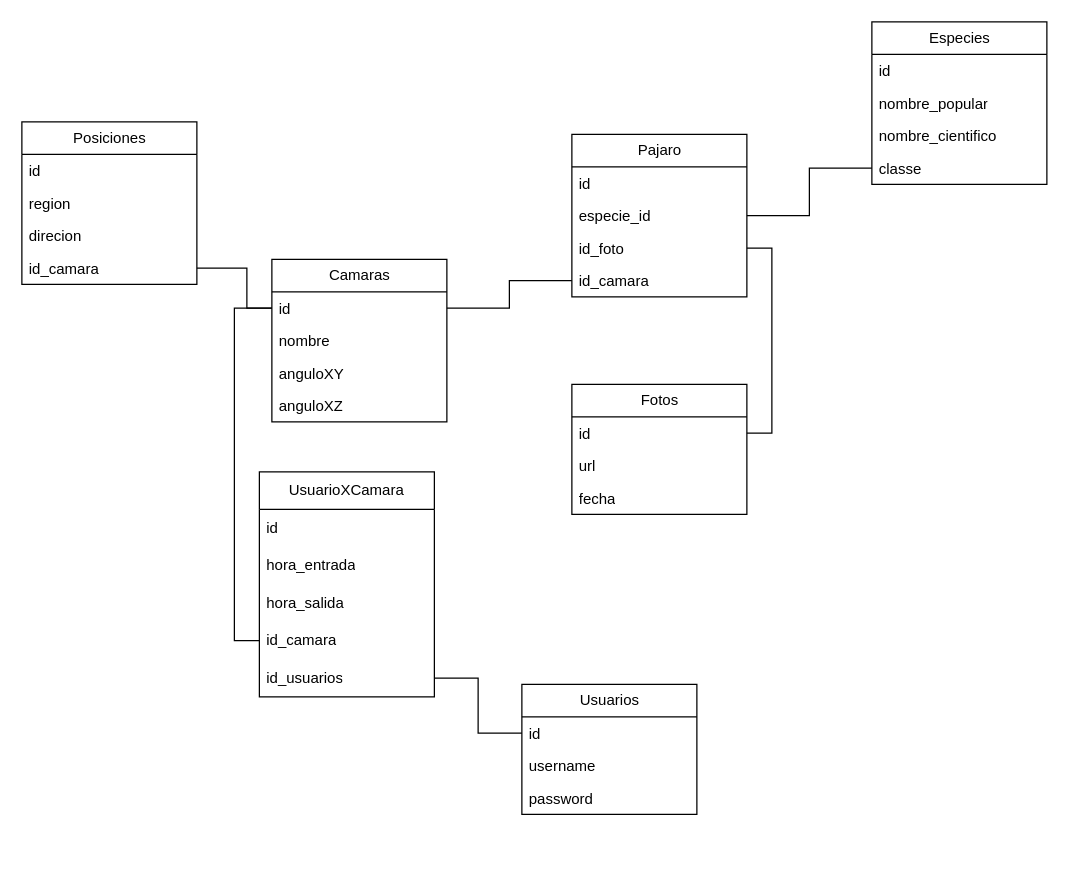
The draw.io diagram page "DataBase" (3 of 4) of Docs/BirdsDiagram.drawio in Eduardo37830/hackthon2026, before the edit. Source tidied: cells renumbered, new cells numbered last; positions are measured from the earlier drawing's top-left corner, leaving out a move shared by most shapes. Both pictures are drawn from the tidied source at 125%, with x=0, y=0 at pixel (21, 21).
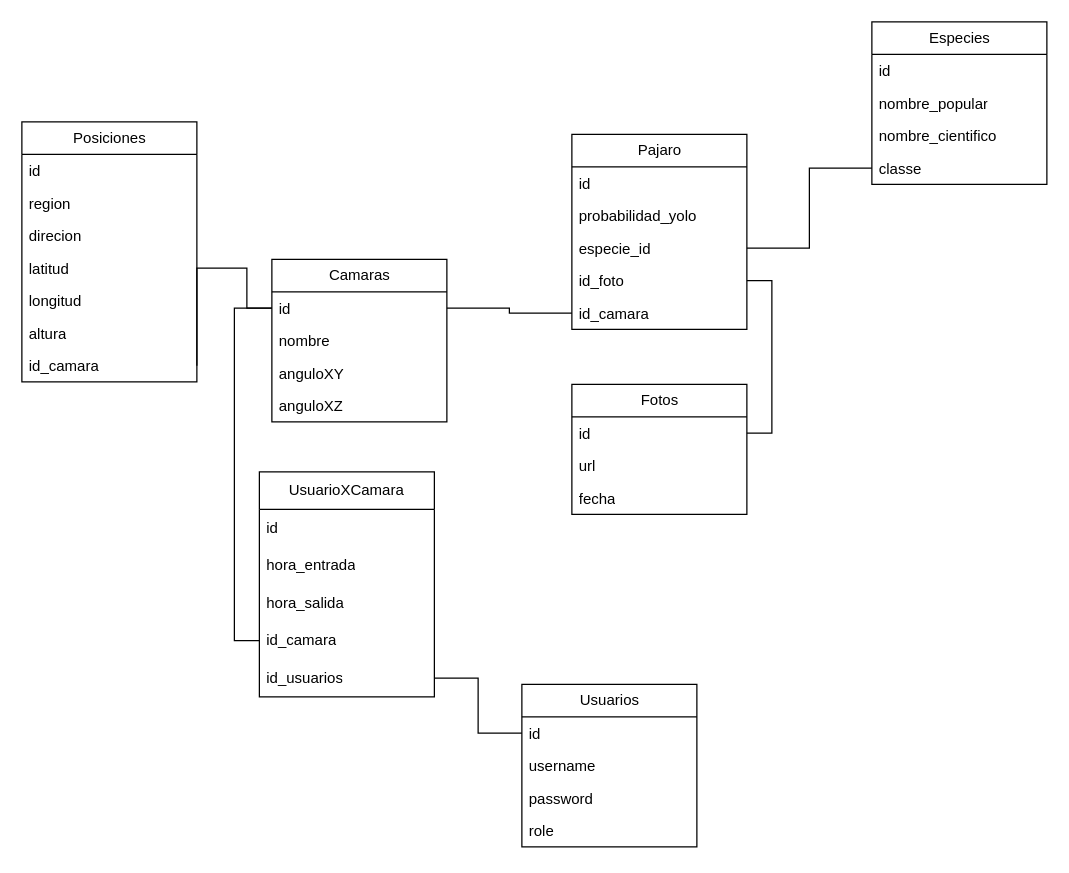
The same page after the edit.

Diff of the diagram source:
```diff
@@
     <mxCell id="2" value="Posiciones" style="swimlane;fontStyle=0;horizontal=1;startSize=26;fillColor=none;html=1;" parent="1" vertex="1">
-      <mxGeometry y="80" width="140" height="130" as="geometry" />
+      <mxGeometry y="80" width="140" height="208" as="geometry" />
     </mxCell>
@@
+    <mxCell id="42" value="latitud" style="text;strokeColor=none;fillColor=none;align=left;verticalAlign=top;spacingLeft=4;spacingRight=4;overflow=hidden;whiteSpace=wrap;html=1;" parent="2" vertex="1">
+      <mxGeometry y="104" width="140" height="26" as="geometry" />
+    </mxCell>
+    <mxCell id="43" value="longitud" style="text;strokeColor=none;fillColor=none;align=left;verticalAlign=top;spacingLeft=4;spacingRight=4;overflow=hidden;whiteSpace=wrap;html=1;" parent="2" vertex="1">
+      <mxGeometry y="130" width="140" height="26" as="geometry" />
+    </mxCell>
+    <mxCell id="44" value="altura" style="text;strokeColor=none;fillColor=none;align=left;verticalAlign=top;spacingLeft=4;spacingRight=4;overflow=hidden;whiteSpace=wrap;html=1;" parent="2" vertex="1">
+      <mxGeometry y="156" width="140" height="26" as="geometry" />
+    </mxCell>
     <mxCell id="6" value="id_camara" style="text;strokeColor=none;fillColor=none;align=left;verticalAlign=top;spacingLeft=4;spacingRight=4;overflow=hidden;points=[[0,0.5],[1,0.5]];portConstraint=eastwest;whiteSpace=wrap;html=1;" parent="2" vertex="1">
-      <mxGeometry y="104" width="140" height="26" as="geometry" />
+      <mxGeometry y="182" width="140" height="26" as="geometry" />
     </mxCell>
@@
     <mxCell id="13" value="Pajaro" style="swimlane;fontStyle=0;horizontal=1;startSize=26;fillColor=none;html=1;" parent="1" vertex="1">
-      <mxGeometry x="440" y="90" width="140" height="130" as="geometry" />
+      <mxGeometry x="440" y="90" width="140" height="156" as="geometry" />
     </mxCell>
@@
+    <mxCell id="45" value="probabilidad_yolo" style="text;strokeColor=none;fillColor=none;align=left;verticalAlign=top;spacingLeft=4;spacingRight=4;overflow=hidden;whiteSpace=wrap;html=1;" parent="13" vertex="1">
+      <mxGeometry y="52" width="140" height="26" as="geometry" />
+    </mxCell>
     <mxCell id="15" value="especie_id" style="text;strokeColor=none;fillColor=none;align=left;verticalAlign=top;spacingLeft=4;spacingRight=4;overflow=hidden;points=[[0,0.5],[1,0.5]];portConstraint=eastwest;whiteSpace=wrap;html=1;" parent="13" vertex="1">
-      <mxGeometry y="52" width="140" height="26" as="geometry" />
+      <mxGeometry y="78" width="140" height="26" as="geometry" />
     </mxCell>
     <mxCell id="16" value="id_foto" style="text;strokeColor=none;fillColor=none;align=left;verticalAlign=top;spacingLeft=4;spacingRight=4;overflow=hidden;points=[[0,0.5],[1,0.5]];portConstraint=eastwest;whiteSpace=wrap;html=1;" parent="13" vertex="1">
-      <mxGeometry y="78" width="140" height="26" as="geometry" />
+      <mxGeometry y="104" width="140" height="26" as="geometry" />
     </mxCell>
     <mxCell id="17" value="id_camara" style="text;strokeColor=none;fillColor=none;align=left;verticalAlign=top;spacingLeft=4;spacingRight=4;overflow=hidden;points=[[0,0.5],[1,0.5]];portConstraint=eastwest;whiteSpace=wrap;html=1;" parent="13" vertex="1">
-      <mxGeometry y="104" width="140" height="26" as="geometry" />
+      <mxGeometry y="130" width="140" height="26" as="geometry" />
     </mxCell>
@@
     <mxCell id="30" value="Usuarios" style="swimlane;fontStyle=0;horizontal=1;startSize=26;fillColor=none;html=1;" parent="1" vertex="1">
-      <mxGeometry x="400" y="530" width="140" height="104" as="geometry" />
+      <mxGeometry x="400" y="530" width="140" height="130" as="geometry" />
     </mxCell>
@@
+    <mxCell id="46" value="role" style="text;strokeColor=none;fillColor=none;align=left;verticalAlign=top;spacingLeft=4;spacingRight=4;overflow=hidden;whiteSpace=wrap;html=1;" parent="30" vertex="1">
+      <mxGeometry y="104" width="140" height="26" as="geometry" />
+    </mxCell>
```
